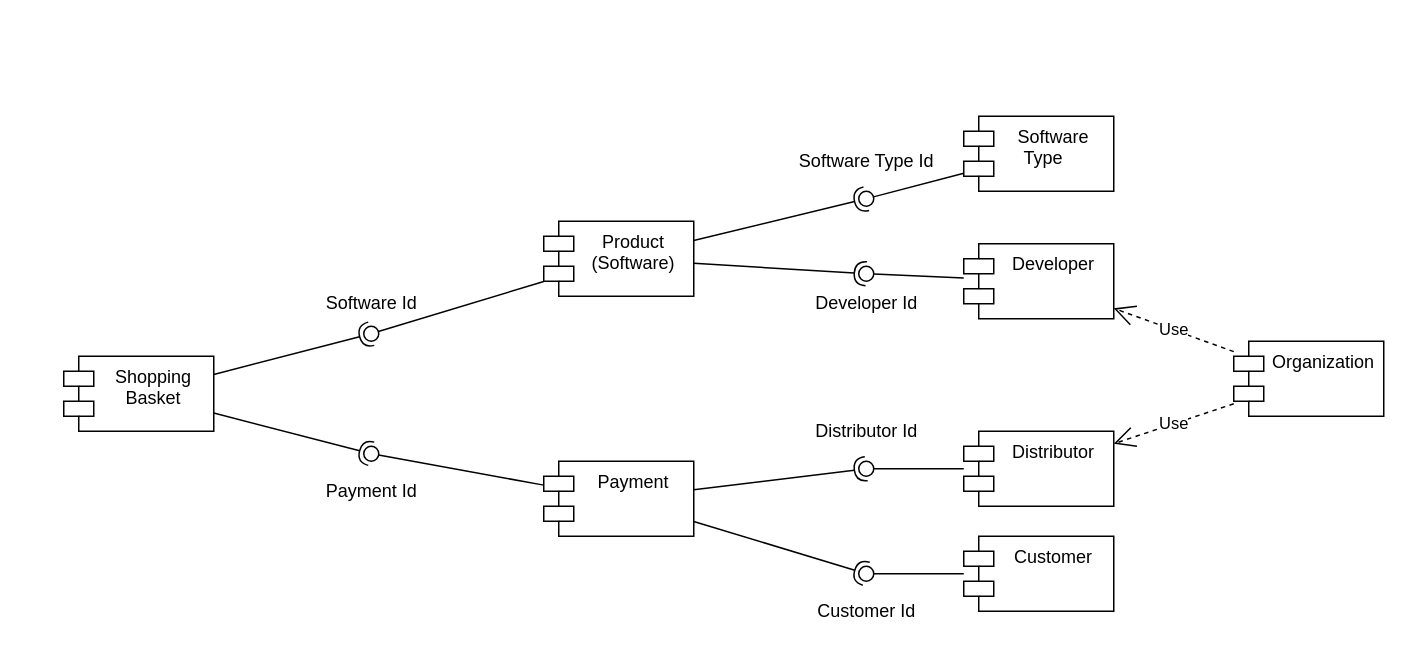
Earlier version of the draw.io diagram ComponentDiagr.drawio (NikitaGusevZ/FirstRepository). Source tidied: cells renumbered, new cells numbered last; positions are measured from the earlier drawing's top-left corner, leaving out a move shared by most shapes. Both pictures are drawn from the tidied source at 150%, with x=0, y=0 at pixel (63, 116).
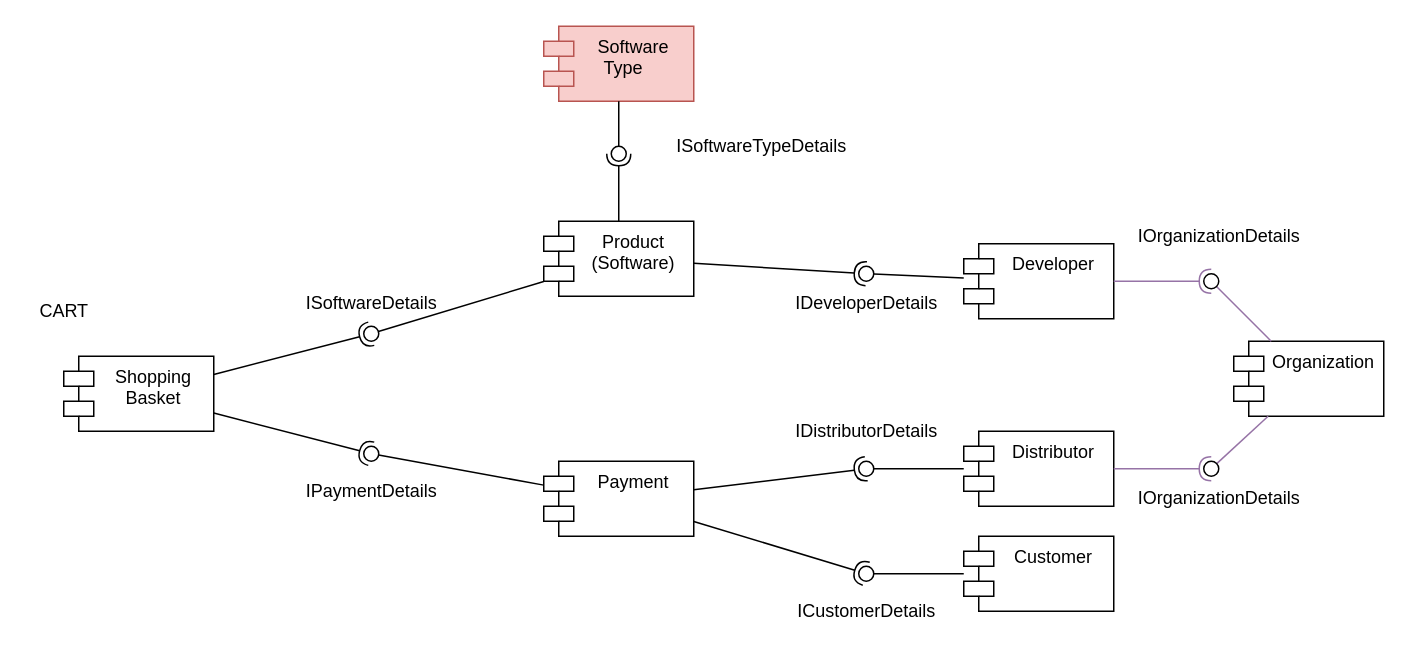
After the change.

Unchanged cells that the change refers to:
```xml
<mxCell id="4" value="Distributor&#10;" style="shape=module;align=left;spacingLeft=20;align=center;verticalAlign=top;" parent="1" vertex="1">
  <mxGeometry x="600" y="210" width="100" height="50" as="geometry" />
</mxCell>
<mxCell id="23" value="Developer&#10;" style="shape=module;align=left;spacingLeft=20;align=center;verticalAlign=top;" parent="1" vertex="1">
  <mxGeometry x="600" y="85" width="100" height="50" as="geometry" />
</mxCell>
<mxCell id="24" value="Organization" style="shape=module;align=left;spacingLeft=20;align=center;verticalAlign=top;" parent="1" vertex="1">
  <mxGeometry x="780" y="150" width="100" height="50" as="geometry" />
</mxCell>
```

Diff of the diagram source:
```diff
@@
-    <mxCell id="9" value="Software Id" style="text;html=1;align=center;verticalAlign=middle;strokeColor=none;fillColor=none;" parent="1" vertex="1">
-      <mxGeometry x="165" y="115" width="80" height="20" as="geometry" />
+    <mxCell id="9" value="ISoftwareDetails" style="text;html=1;align=center;verticalAlign=middle;strokeColor=none;fillColor=none;" parent="1" vertex="1">
+      <mxGeometry x="155" y="115" width="100" height="20" as="geometry" />
     </mxCell>
@@
-    <mxCell id="13" value="Customer Id" style="text;html=1;align=center;verticalAlign=middle;strokeColor=none;fillColor=none;" parent="1" vertex="1">
-      <mxGeometry x="495" y="320" width="80" height="20" as="geometry" />
+    <mxCell id="13" value="ICustomerDetails" style="text;html=1;align=center;verticalAlign=middle;strokeColor=none;fillColor=none;" parent="1" vertex="1">
+      <mxGeometry x="480" y="320" width="110" height="20" as="geometry" />
     </mxCell>
@@
-    <mxCell id="17" value="Distributor Id" style="text;html=1;align=center;verticalAlign=middle;strokeColor=none;fillColor=none;" parent="1" vertex="1">
-      <mxGeometry x="495" y="200" width="80" height="20" as="geometry" />
+    <mxCell id="17" value="IDistributorDetails" style="text;html=1;align=center;verticalAlign=middle;strokeColor=none;fillColor=none;" parent="1" vertex="1">
+      <mxGeometry x="480" y="200" width="110" height="20" as="geometry" />
     </mxCell>
@@
-    <mxCell id="22" value="Software&#10;Type    " style="shape=module;align=left;spacingLeft=20;align=center;verticalAlign=top;" parent="1" vertex="1">
-      <mxGeometry x="600" width="100" height="50" as="geometry" />
+    <mxCell id="22" value="Software&#10;Type    " style="shape=module;align=left;spacingLeft=20;align=center;verticalAlign=top;fillColor=#f8cecc;strokeColor=#b85450;" parent="1" vertex="1">
+      <mxGeometry x="320" y="-60" width="100" height="50" as="geometry" />
     </mxCell>
@@
-    <mxCell id="25" value="Payment Id" style="text;html=1;align=center;verticalAlign=middle;strokeColor=none;fillColor=none;" parent="1" vertex="1">
-      <mxGeometry x="165" y="240" width="80" height="20" as="geometry" />
+    <mxCell id="25" value="IPaymentDetails" style="text;html=1;align=center;verticalAlign=middle;strokeColor=none;fillColor=none;" parent="1" vertex="1">
+      <mxGeometry x="155" y="240" width="100" height="20" as="geometry" />
     </mxCell>
-    <mxCell id="26" value="Use" style="endArrow=open;endSize=12;dashed=1;html=1;rounded=0;" parent="1" edge="1" source="24" target="4">
-      <mxGeometry relative="1" as="geometry" />
-    </mxCell>
-    <mxCell id="27" value="Use" style="endArrow=open;endSize=12;dashed=1;html=1;rounded=0;" parent="1" edge="1" source="24" target="23">
-      <mxGeometry relative="1" as="geometry" />
-    </mxCell>
@@
     <mxCell id="30" style="ellipse;whiteSpace=wrap;html=1;align=center;points=[];outlineConnect=0;sketch=0;" parent="1" vertex="1">
-      <mxGeometry x="530" y="50" width="10" height="10" as="geometry" />
+      <mxGeometry x="365" y="20" width="10" height="10" as="geometry" />
     </mxCell>
@@
-    <mxCell id="34" value="Software Type Id" style="text;html=1;align=center;verticalAlign=middle;strokeColor=none;fillColor=none;" parent="1" vertex="1">
-      <mxGeometry x="480" y="20" width="110" height="20" as="geometry" />
+    <mxCell id="34" value="ISoftwareTypeDetails" style="text;html=1;align=center;verticalAlign=middle;strokeColor=none;fillColor=none;" parent="1" vertex="1">
+      <mxGeometry x="400" y="10" width="130" height="20" as="geometry" />
     </mxCell>
-    <mxCell id="35" value="Developer Id" style="text;html=1;align=center;verticalAlign=middle;strokeColor=none;fillColor=none;" parent="1" vertex="1">
-      <mxGeometry x="495" y="115" width="80" height="20" as="geometry" />
+    <mxCell id="35" value="IDeveloperDetails" style="text;html=1;align=center;verticalAlign=middle;strokeColor=none;fillColor=none;" parent="1" vertex="1">
+      <mxGeometry x="480" y="115" width="110" height="20" as="geometry" />
     </mxCell>
+    <mxCell id="36" style="rounded=0;jettySize=auto;html=1;endArrow=none;endFill=0;sketch=0;sourcePerimeterSpacing=0;targetPerimeterSpacing=0;fillColor=#e1d5e7;strokeColor=#9673a6;" parent="1" edge="1" source="24" target="38">
+      <mxGeometry relative="1" as="geometry" />
+    </mxCell>
+    <mxCell id="37" style="rounded=0;jettySize=auto;html=1;endArrow=halfCircle;endFill=0;entryX=0.5;entryY=0.5;endSize=6;strokeWidth=1;sketch=0;fillColor=#e1d5e7;strokeColor=#9673a6;" parent="1" edge="1" source="4" target="38">
+      <mxGeometry relative="1" as="geometry" />
+    </mxCell>
+    <mxCell id="38" style="ellipse;whiteSpace=wrap;html=1;align=center;points=[];outlineConnect=0;sketch=0;" parent="1" vertex="1">
+      <mxGeometry x="760" y="230" width="10" height="10" as="geometry" />
+    </mxCell>
+    <mxCell id="39" style="rounded=0;jettySize=auto;html=1;endArrow=none;endFill=0;sketch=0;sourcePerimeterSpacing=0;targetPerimeterSpacing=0;fillColor=#e1d5e7;strokeColor=#9673a6;" parent="1" edge="1" source="24" target="41">
+      <mxGeometry relative="1" as="geometry" />
+    </mxCell>
+    <mxCell id="40" style="rounded=0;jettySize=auto;html=1;endArrow=halfCircle;endFill=0;entryX=0.5;entryY=0.5;endSize=6;strokeWidth=1;sketch=0;fillColor=#e1d5e7;strokeColor=#9673a6;" parent="1" edge="1" source="23" target="41">
+      <mxGeometry relative="1" as="geometry" />
+    </mxCell>
+    <mxCell id="41" style="ellipse;whiteSpace=wrap;html=1;align=center;points=[];outlineConnect=0;sketch=0;" parent="1" vertex="1">
+      <mxGeometry x="760" y="105" width="10" height="10" as="geometry" />
+    </mxCell>
+    <mxCell id="42" value="IOrganizationDetails" style="text;html=1;align=center;verticalAlign=middle;strokeColor=none;fillColor=none;" parent="1" vertex="1">
+      <mxGeometry x="710" y="70" width="120" height="20" as="geometry" />
+    </mxCell>
+    <mxCell id="43" value="IOrganizationDetails" style="text;html=1;align=center;verticalAlign=middle;strokeColor=none;fillColor=none;" parent="1" vertex="1">
+      <mxGeometry x="710" y="245" width="120" height="20" as="geometry" />
+    </mxCell>
+    <mxCell id="44" value="CART" style="text;html=1;align=center;verticalAlign=middle;strokeColor=none;fillColor=none;" parent="1" vertex="1">
+      <mxGeometry x="-25" y="120" width="50" height="20" as="geometry" />
+    </mxCell>
```
